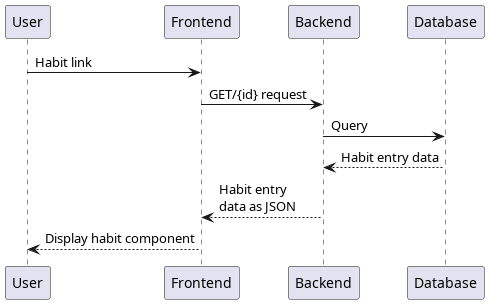
Earlier version of the PlantUML export docs/out/docs/Sequences/Fetch single habit.png (Toby-Rea/planner).
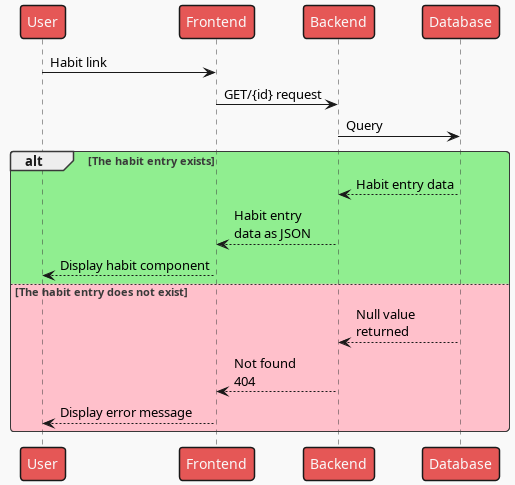
Above is the later version.

Diff of the diagram source:
```diff
@@ -1,4 +1,5 @@
 @startuml Fetch single habit
+!theme mars
 participant User as u
 participant Frontend as fe
 participant Backend as be
@@ -7,7 +8,14 @@
 u -> fe: Habit link
 fe -> be: GET/{id} request
 be -> db: Query
-be <-- db: Habit entry data
-fe <-- be: Habit entry\ndata as JSON
-u <-- fe: Display habit component
+
+alt #LightGreen The habit entry exists
+    be <-- db: Habit entry data
+    fe <-- be: Habit entry\ndata as JSON
+    u <-- fe: Display habit component
+else #Pink The habit entry does not exist
+    be <-- db: Null value\nreturned
+    fe <-- be: Not found\n404
+    u <-- fe: Display error message
+end
 @enduml
```
